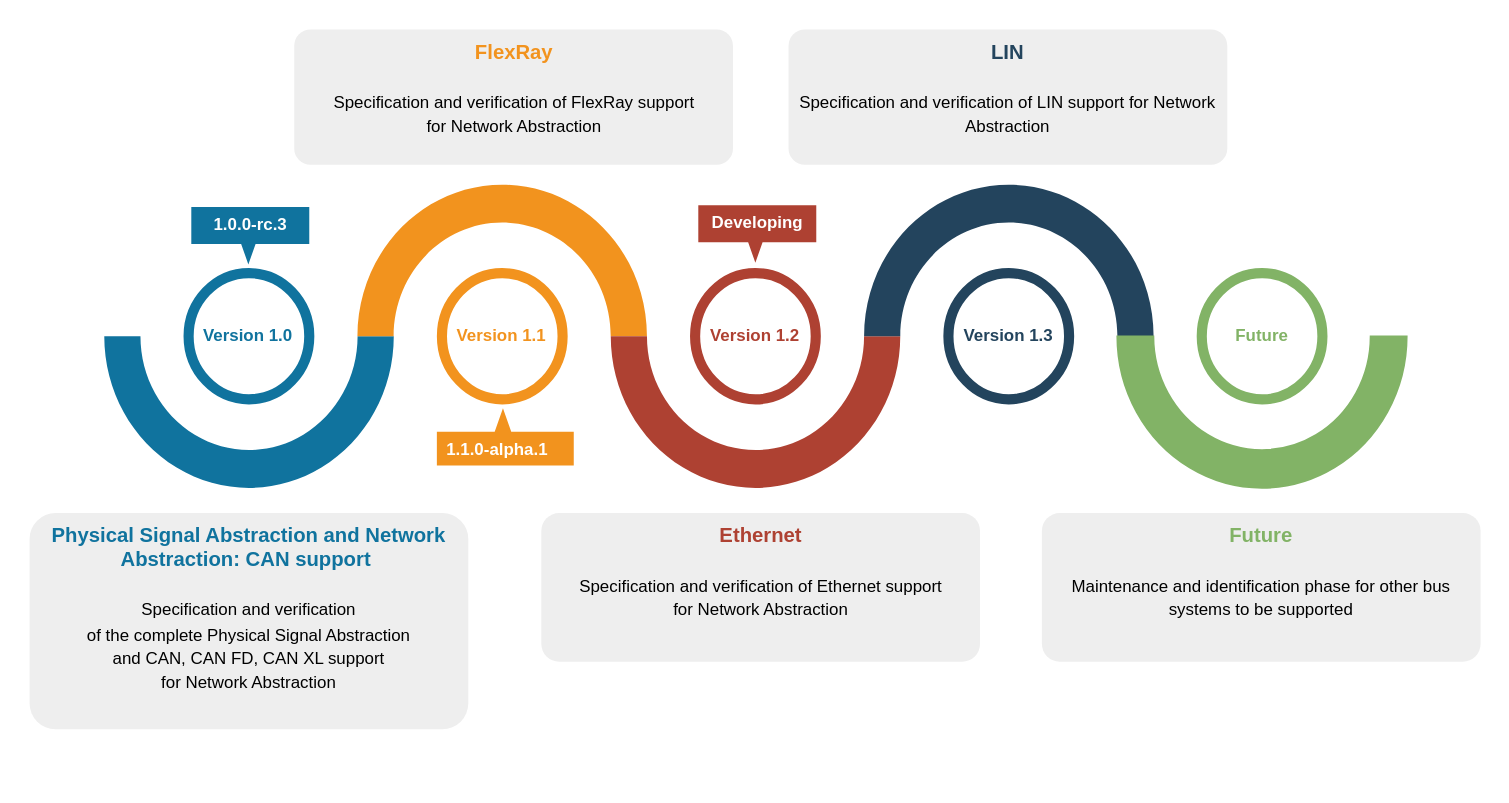
The draw.io diagram roadmap_overview.drawio in modelica/fmi-ls-bus, before the edit. Source tidied: cells renumbered, new cells numbered last; positions are measured from the earlier drawing's top-left corner, leaving out a move shared by most shapes. Both pictures are drawn from the tidied source at 169%, with x=0, y=0 at pixel (29, 29).
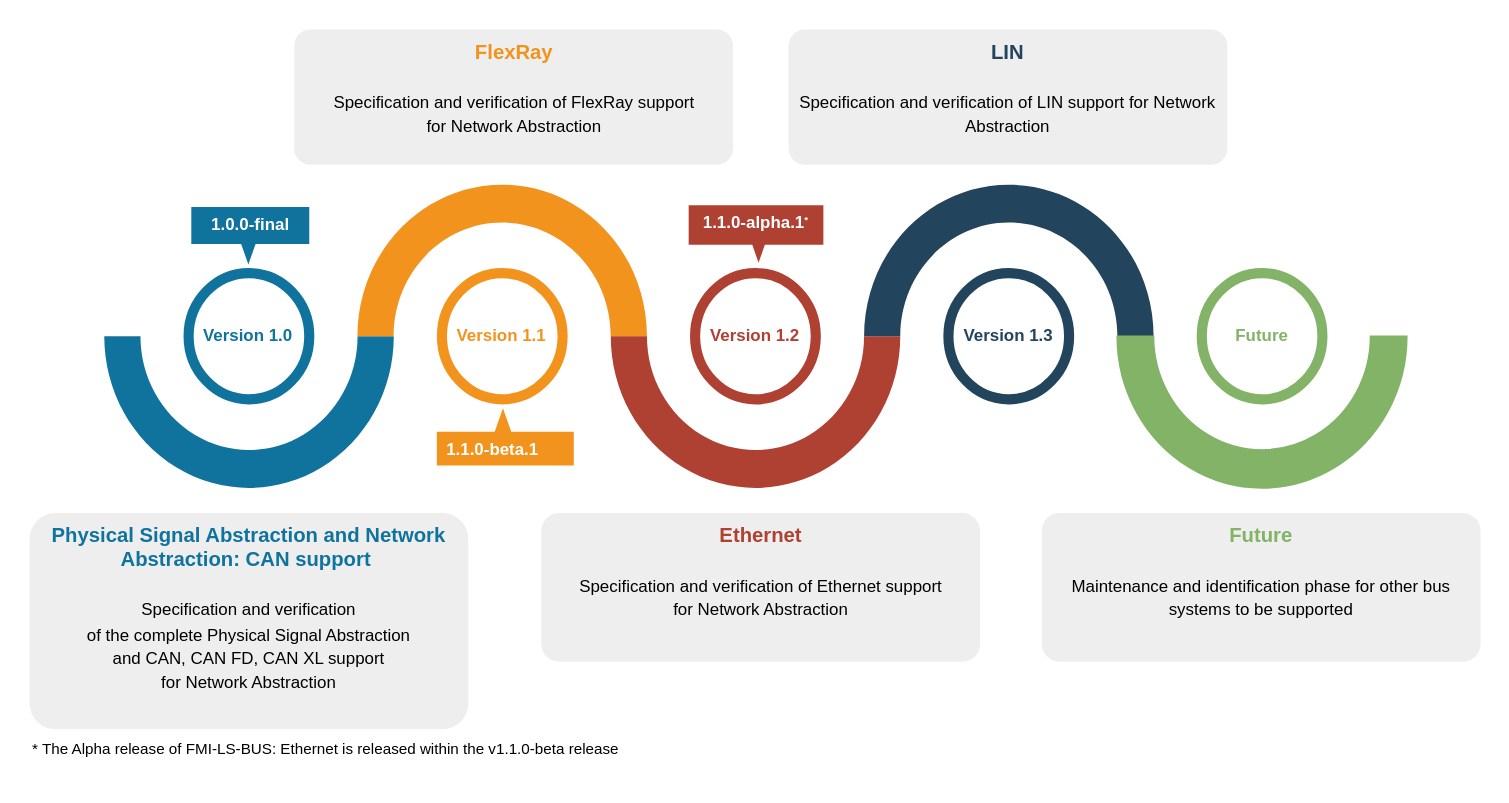
The same page after the edit.

Commit message (it also covers changes not shown here):
Update FMI-LS-BUS roadmap

What changed in the source:
```diff
@@
-    <mxCell id="17" value="&lt;b style=&quot;font-size: 10px;&quot;&gt;1.0.0-rc.3&lt;/b&gt;" style="html=1;whiteSpace=wrap;shape=mxgraph.infographic.barCallout;dx=33.76;dy=12.19;fillColor=#10739E;strokeColor=none;align=center;verticalAlign=top;fontColor=#ffffff;fontSize=14;fontStyle=1;shadow=0;spacingTop=-6;horizontal=1;spacingBottom=-8;" parent="1" vertex="1">
+    <mxCell id="17" value="&lt;b style=&quot;font-size: 10px;&quot;&gt;1.0.0-final&lt;/b&gt;" style="html=1;whiteSpace=wrap;shape=mxgraph.infographic.barCallout;dx=33.76;dy=12.19;fillColor=#10739E;strokeColor=none;align=center;verticalAlign=top;fontColor=#ffffff;fontSize=14;fontStyle=1;shadow=0;spacingTop=-6;horizontal=1;spacingBottom=-8;" parent="1" vertex="1">
       <mxGeometry x="95.7" y="105" width="69.8" height="34" as="geometry" />
     </mxCell>
-    <mxCell id="18" value="&lt;b style=&quot;font-size: 10px;&quot;&gt;Developing&lt;/b&gt;" style="html=1;whiteSpace=wrap;shape=mxgraph.infographic.barCallout;dx=33.76;dy=12.19;fillColor=#AE4132;strokeColor=none;align=center;verticalAlign=top;fontColor=#ffffff;fontSize=14;fontStyle=1;shadow=0;spacingTop=-6;horizontal=1;spacingBottom=-8;" parent="1" vertex="1">
-      <mxGeometry x="395.7" y="104" width="69.8" height="34" as="geometry" />
+    <mxCell id="18" value="&lt;b style=&quot;font-size: 10px; text-align: left;&quot;&gt;1.1.0-alpha.1&lt;/b&gt;&lt;b style=&quot;text-align: left;&quot;&gt;&lt;font style=&quot;font-size: 7px;&quot;&gt;&lt;sup&gt;*&lt;/sup&gt;&lt;/font&gt;&lt;/b&gt;" style="html=1;whiteSpace=wrap;shape=mxgraph.infographic.barCallout;dx=41.35;dy=10.62;fillColor=#AE4132;strokeColor=none;align=center;verticalAlign=top;fontColor=#ffffff;fontSize=14;fontStyle=1;shadow=0;spacingTop=-6;horizontal=1;spacingBottom=-8;" parent="1" vertex="1">
+      <mxGeometry x="390" y="104" width="79.7" height="34" as="geometry" />
     </mxCell>
@@
-    <mxCell id="20" value="&lt;b style=&quot;text-wrap-mode: wrap;&quot;&gt;1.1.0-alpha.1&lt;/b&gt;" style="text;strokeColor=none;fillColor=none;html=1;fontSize=10;fontStyle=1;verticalAlign=middle;align=left;fontColor=#FFFFFF;whiteSpace=wrap;" parent="1" vertex="1">
+    <mxCell id="20" value="&lt;b style=&quot;text-wrap-mode: wrap;&quot;&gt;1.1.0-beta.1&lt;/b&gt;" style="text;strokeColor=none;fillColor=none;html=1;fontSize=10;fontStyle=1;verticalAlign=middle;align=left;fontColor=#FFFFFF;whiteSpace=wrap;" parent="1" vertex="1">
       <mxGeometry x="245" y="232" width="100" height="31" as="geometry" />
     </mxCell>
+    <mxCell id="21" value="&lt;span&gt;* The Alpha release of FMI-LS-BUS: Ethernet is released within the v1.1.0-beta release&lt;/span&gt;" style="text;html=1;align=left;verticalAlign=middle;whiteSpace=wrap;rounded=0;fontSize=9;" parent="1" vertex="1">
+      <mxGeometry y="411" width="600" height="30" as="geometry" />
+    </mxCell>
```
